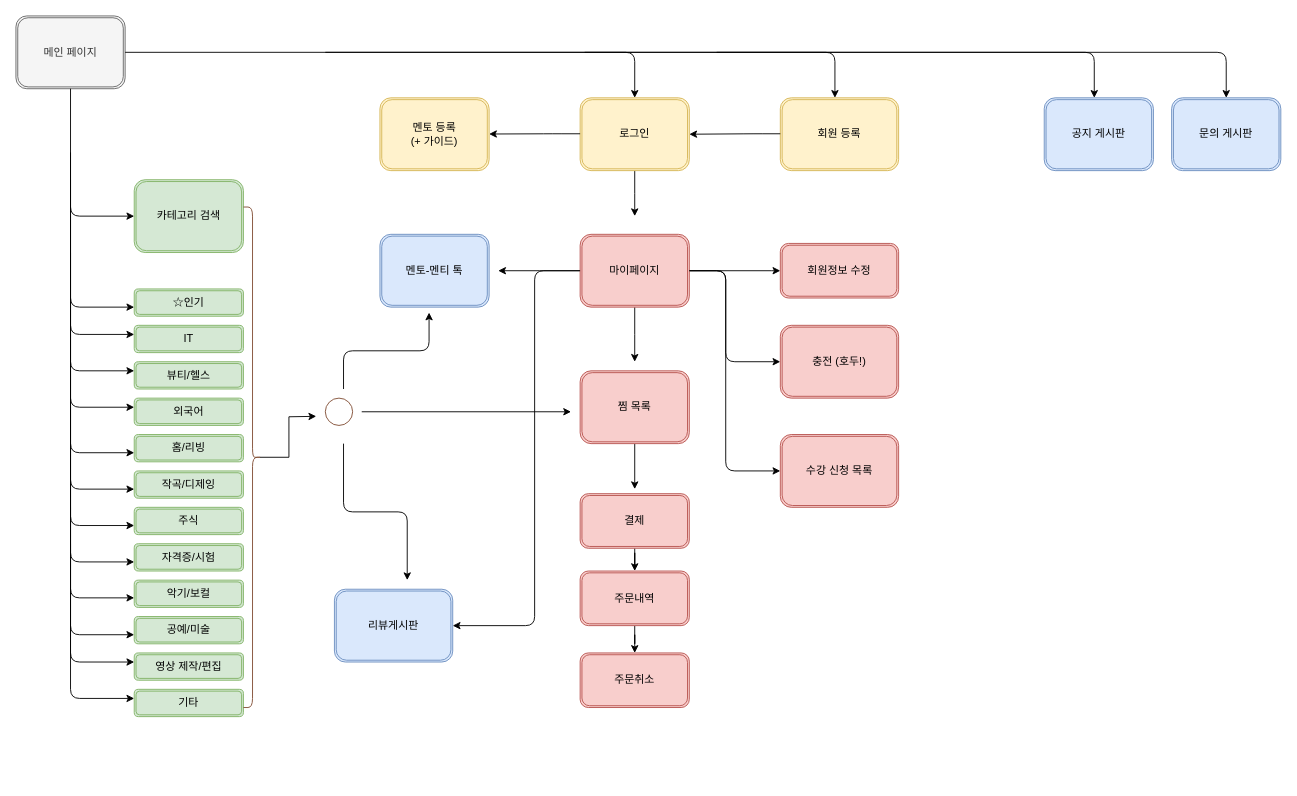
The draw.io diagram src/hodu-sitemap.drawio in lovinsong/hodu, before the edit. Source tidied: cells renumbered, new cells numbered last; positions are measured from the earlier drawing's top-left corner, leaving out a move shared by most shapes. Both pictures are drawn from the tidied source at 91%, with x=0, y=0 at pixel (15, 15).
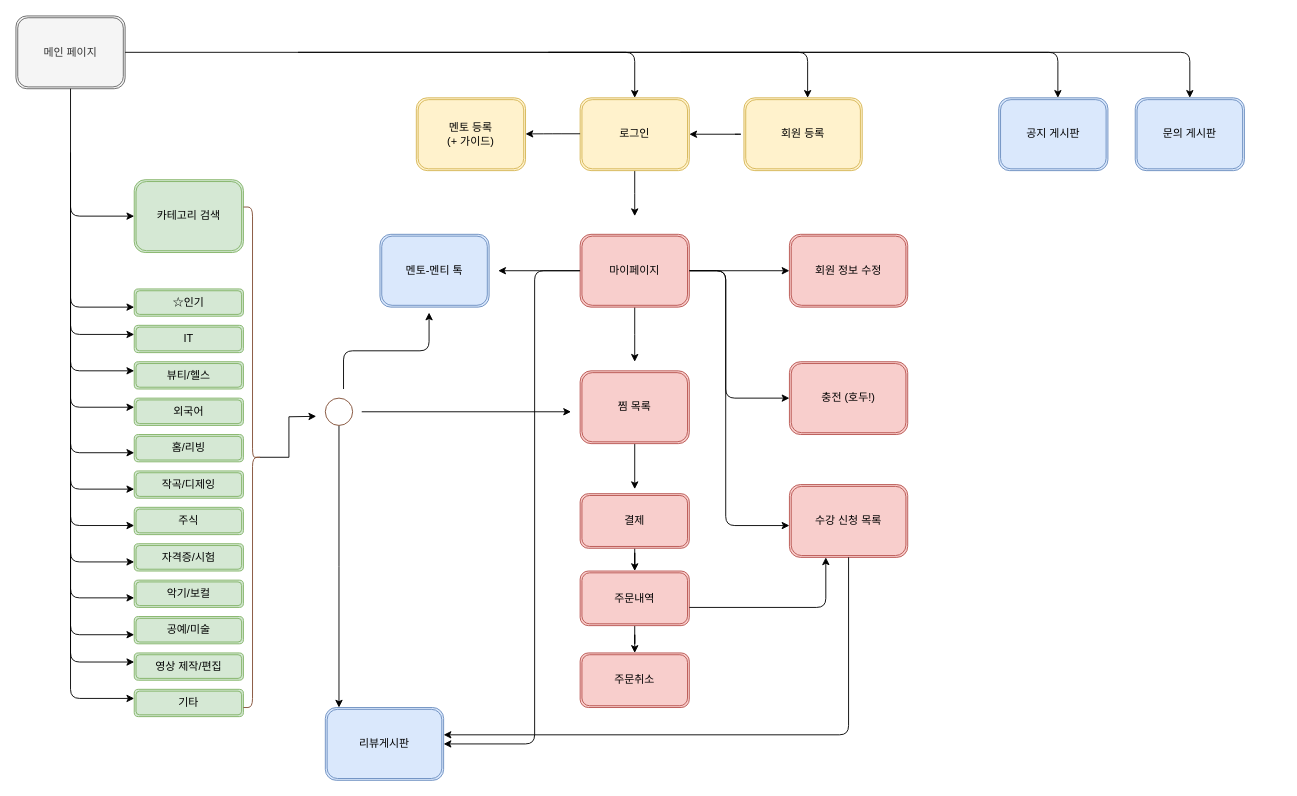
The same page after the edit.

The change refers to these unchanged cells:
```xml
<mxCell id="49" value="마이페이지" style="shape=ext;double=1;rounded=1;whiteSpace=wrap;html=1;strokeColor=#b85450;fillColor=#f8cecc;" parent="1" vertex="1">
  <mxGeometry x="620" y="240" width="120" height="80" as="geometry" />
</mxCell>
<mxCell id="64" style="ellipse;whiteSpace=wrap;html=1;strokeColor=#804D33;fillColor=#ffffff;gradientColor=none;" parent="1" vertex="1">
  <mxGeometry x="340" y="420" width="30" height="30" as="geometry" />
</mxCell>
```

Change to the diagram source:
```diff
@@
     <mxCell id="5" value="멘토 등록&lt;br&gt;(+ 가이드)" style="shape=ext;double=1;rounded=1;whiteSpace=wrap;html=1;strokeColor=#d6b656;fillColor=#fff2cc;" parent="1" vertex="1">
-      <mxGeometry x="400" y="90" width="120" height="80" as="geometry" />
+      <mxGeometry x="440" y="90" width="120" height="80" as="geometry" />
     </mxCell>
@@
     <mxCell id="8" value="회원 등록" style="shape=ext;double=1;rounded=1;whiteSpace=wrap;html=1;strokeColor=#d6b656;fillColor=#fff2cc;" parent="1" vertex="1">
-      <mxGeometry x="840" y="90" width="130" height="80" as="geometry" />
+      <mxGeometry x="800" y="90" width="130" height="80" as="geometry" />
     </mxCell>
@@
     <mxCell id="35" style="endArrow=classic;html=1;" parent="1" edge="1">
       <mxGeometry relative="1" as="geometry">
-        <mxPoint x="840" y="129.5" as="sourcePoint" />
+        <mxPoint x="790" y="130" as="sourcePoint" />
         <mxPoint x="740" y="130" as="targetPoint" />
         <Array as="points">
-          <mxPoint x="810" y="129.5" />
+          <mxPoint x="800" y="130" />
         </Array>
       </mxGeometry>
     </mxCell>
@@
-    <mxCell id="47" style="edgeStyle=orthogonalEdgeStyle;rounded=0;jettySize=auto;html=1;" parent="1" edge="1" source="49">
-      <mxGeometry relative="1" as="geometry">
-        <mxPoint x="840" y="280" as="targetPoint" />
-        <Array as="points">
-          <mxPoint x="830" y="280" />
-        </Array>
-      </mxGeometry>
+    <mxCell id="47" style="edgeStyle=orthogonalEdgeStyle;rounded=0;jettySize=auto;html=1;entryX=0;entryY=0.5;entryDx=0;entryDy=0;" parent="1" edge="1" source="49" target="50">
+      <mxGeometry relative="1" as="geometry" />
     </mxCell>
@@
-    <mxCell id="50" value="회원정보 수정" style="shape=ext;double=1;rounded=1;whiteSpace=wrap;html=1;strokeColor=#b85450;fillColor=#f8cecc;" parent="1" vertex="1">
-      <mxGeometry x="840" y="250" width="130" height="60" as="geometry" />
+    <mxCell id="50" value="회원 정보 수정" style="shape=ext;double=1;rounded=1;whiteSpace=wrap;html=1;strokeColor=#b85450;fillColor=#f8cecc;" parent="1" vertex="1">
+      <mxGeometry x="850" y="240" width="130" height="80" as="geometry" />
     </mxCell>
@@
     <mxCell id="52" value="충전 (호두!)" style="shape=ext;double=1;rounded=1;whiteSpace=wrap;html=1;strokeColor=#b85450;fillColor=#f8cecc;" parent="1" vertex="1">
-      <mxGeometry x="840" y="340" width="130" height="80" as="geometry" />
+      <mxGeometry x="850" y="380" width="130" height="80" as="geometry" />
     </mxCell>
     <mxCell id="53" style="edgeStyle=segmentEdgeStyle;endArrow=classic;html=1;entryX=0.5;entryY=0;entryDx=0;entryDy=0;" parent="1" edge="1">
       <mxGeometry relative="1" as="geometry">
-        <mxPoint x="770" y="40" as="sourcePoint" />
-        <mxPoint x="1330" y="90" as="targetPoint" />
+        <mxPoint x="730" y="40" as="sourcePoint" />
+        <mxPoint x="1290" y="90" as="targetPoint" />
         <Array as="points">
-          <mxPoint x="1330" y="40" />
+          <mxPoint x="1290" y="40" />
         </Array>
       </mxGeometry>
     </mxCell>
     <mxCell id="54" value="문의 게시판" style="shape=ext;double=1;rounded=1;whiteSpace=wrap;html=1;strokeColor=#6c8ebf;fillColor=#dae8fc;" parent="1" vertex="1">
-      <mxGeometry x="1270" y="90" width="120" height="80" as="geometry" />
+      <mxGeometry x="1230" y="90" width="120" height="80" as="geometry" />
     </mxCell>
     <mxCell id="55" value="리뷰게시판" style="shape=ext;double=1;rounded=1;whiteSpace=wrap;html=1;strokeColor=#6c8ebf;fillColor=#dae8fc;" parent="1" vertex="1">
-      <mxGeometry x="350" y="630" width="130" height="80" as="geometry" />
+      <mxGeometry x="340" y="760" width="130" height="80" as="geometry" />
     </mxCell>
@@
     <mxCell id="59" style="edgeStyle=segmentEdgeStyle;endArrow=classic;html=1;entryX=0.5;entryY=0;entryDx=0;entryDy=0;" parent="1" edge="1">
       <mxGeometry relative="1" as="geometry">
-        <mxPoint x="340" y="40" as="sourcePoint" />
-        <mxPoint x="900" y="90" as="targetPoint" />
+        <mxPoint x="310" y="40" as="sourcePoint" />
+        <mxPoint x="870" y="90" as="targetPoint" />
         <Array as="points">
-          <mxPoint x="900" y="40" />
+          <mxPoint x="870" y="40" />
         </Array>
       </mxGeometry>
     </mxCell>
     <mxCell id="60" style="edgeStyle=segmentEdgeStyle;endArrow=classic;html=1;entryX=0.5;entryY=0;entryDx=0;entryDy=0;" parent="1" edge="1">
       <mxGeometry relative="1" as="geometry">
-        <mxPoint x="625" y="40" as="sourcePoint" />
-        <mxPoint x="1185" y="90" as="targetPoint" />
+        <mxPoint x="585" y="40" as="sourcePoint" />
+        <mxPoint x="1145" y="90" as="targetPoint" />
         <Array as="points">
-          <mxPoint x="1185" y="40" />
+          <mxPoint x="1145" y="40" />
         </Array>
       </mxGeometry>
     </mxCell>
     <mxCell id="61" value="공지 게시판" style="shape=ext;double=1;rounded=1;whiteSpace=wrap;html=1;strokeColor=#6c8ebf;fillColor=#dae8fc;" parent="1" vertex="1">
-      <mxGeometry x="1130" y="90" width="120" height="80" as="geometry" />
+      <mxGeometry x="1080" y="90" width="120" height="80" as="geometry" />
     </mxCell>
-    <mxCell id="62" style="edgeStyle=elbowEdgeStyle;elbow=horizontal;endArrow=classic;html=1;exitX=1;exitY=0.5;exitDx=0;exitDy=0;" parent="1" edge="1" source="49">
+    <mxCell id="62" style="edgeStyle=elbowEdgeStyle;elbow=horizontal;endArrow=classic;html=1;exitX=1;exitY=0.5;exitDx=0;exitDy=0;entryX=0;entryY=0.563;entryDx=0;entryDy=0;entryPerimeter=0;" parent="1" edge="1" source="49" target="63">
       <mxGeometry relative="1" as="geometry">
-        <mxPoint x="840" y="500" as="targetPoint" />
         <Array as="points">
+          <mxPoint x="780" y="550" />
+          <mxPoint x="780" y="590" />
           <mxPoint x="780" y="480" />
           <mxPoint x="780" y="460" />
         </Array>
       </mxGeometry>
     </mxCell>
     <mxCell id="63" value="수강 신청 목록" style="shape=ext;double=1;rounded=1;whiteSpace=wrap;html=1;strokeColor=#b85450;fillColor=#f8cecc;" parent="1" vertex="1">
-      <mxGeometry x="840" y="460" width="130" height="80" as="geometry" />
+      <mxGeometry x="850" y="515" width="130" height="80" as="geometry" />
     </mxCell>
+    <mxCell id="66" style="edgeStyle=orthogonalEdgeStyle;rounded=0;jettySize=auto;html=1;" parent="1" edge="1" source="64">
+      <mxGeometry relative="1" as="geometry">
+        <mxPoint x="355" y="760" as="targetPoint" />
+      </mxGeometry>
+    </mxCell>
@@
-    <mxCell id="65" style="edgeStyle=elbowEdgeStyle;elbow=vertical;endArrow=classic;html=1;" parent="1" edge="1">
-      <mxGeometry relative="1" as="geometry">
-        <mxPoint x="360" y="470" as="sourcePoint" />
-        <mxPoint x="430" y="620" as="targetPoint" />
-      </mxGeometry>
-    </mxCell>
+    <mxCell id="67" style="edgeStyle=segmentEdgeStyle;endArrow=classic;html=1;" parent="1" edge="1" target="63">
+      <mxGeometry relative="1" as="geometry">
+        <mxPoint x="740" y="650" as="sourcePoint" />
+        <Array as="points">
+          <mxPoint x="890" y="650" />
+        </Array>
+      </mxGeometry>
+    </mxCell>
+    <mxCell id="68" style="edgeStyle=segmentEdgeStyle;endArrow=classic;html=1;exitX=0.5;exitY=1;exitDx=0;exitDy=0;" parent="1" edge="1" source="63">
+      <mxGeometry relative="1" as="geometry">
+        <mxPoint x="470" y="790" as="targetPoint" />
+        <Array as="points">
+          <mxPoint x="915" y="790" />
+        </Array>
+      </mxGeometry>
+    </mxCell>
```
